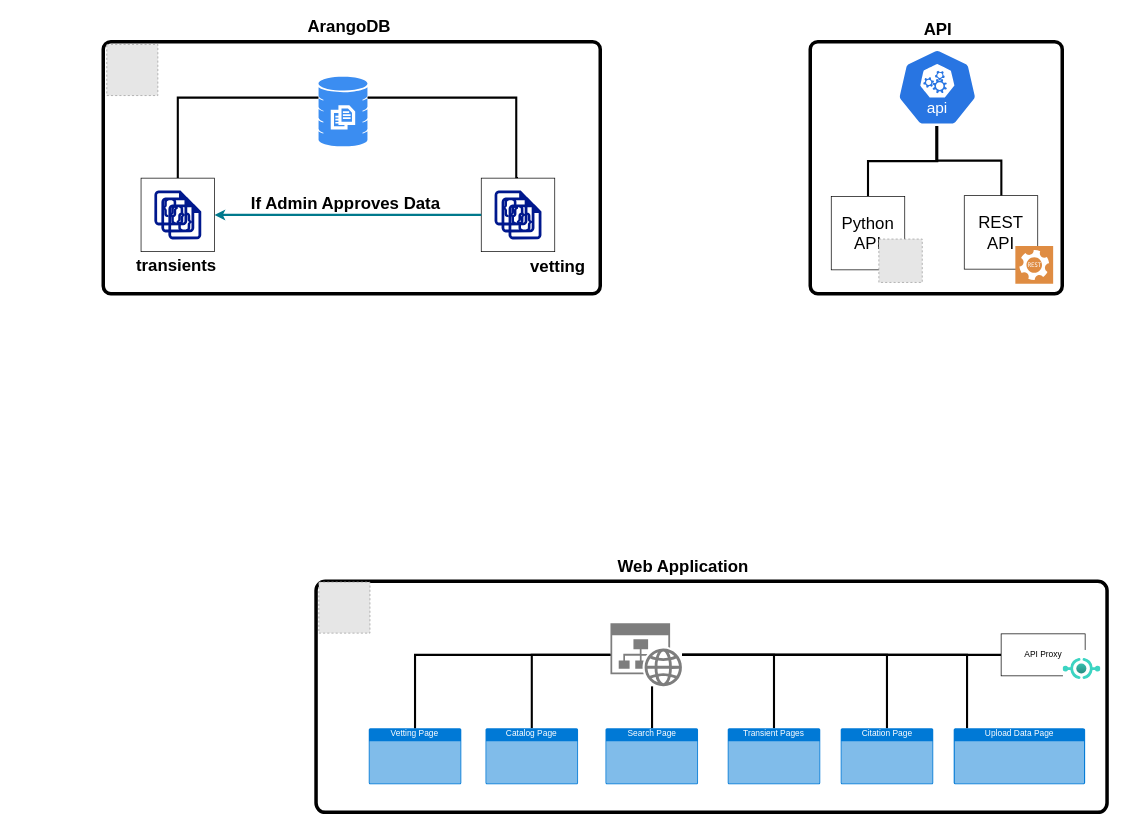
Above: page "full-schema-clean-0" (5 of 10) of data-life-cycle.drawio in astro-otter/otter_schema (draw.io), before the change. Source tidied: cells renumbered, new cells numbered last; positions are measured from the earlier drawing's top-left corner, leaving out a move shared by most shapes. Both pictures are drawn from the tidied source at 70%, with x=0, y=0 at pixel (12, 12). Pictures stored in the file or linked from it are replaced by grey dashed boxes.
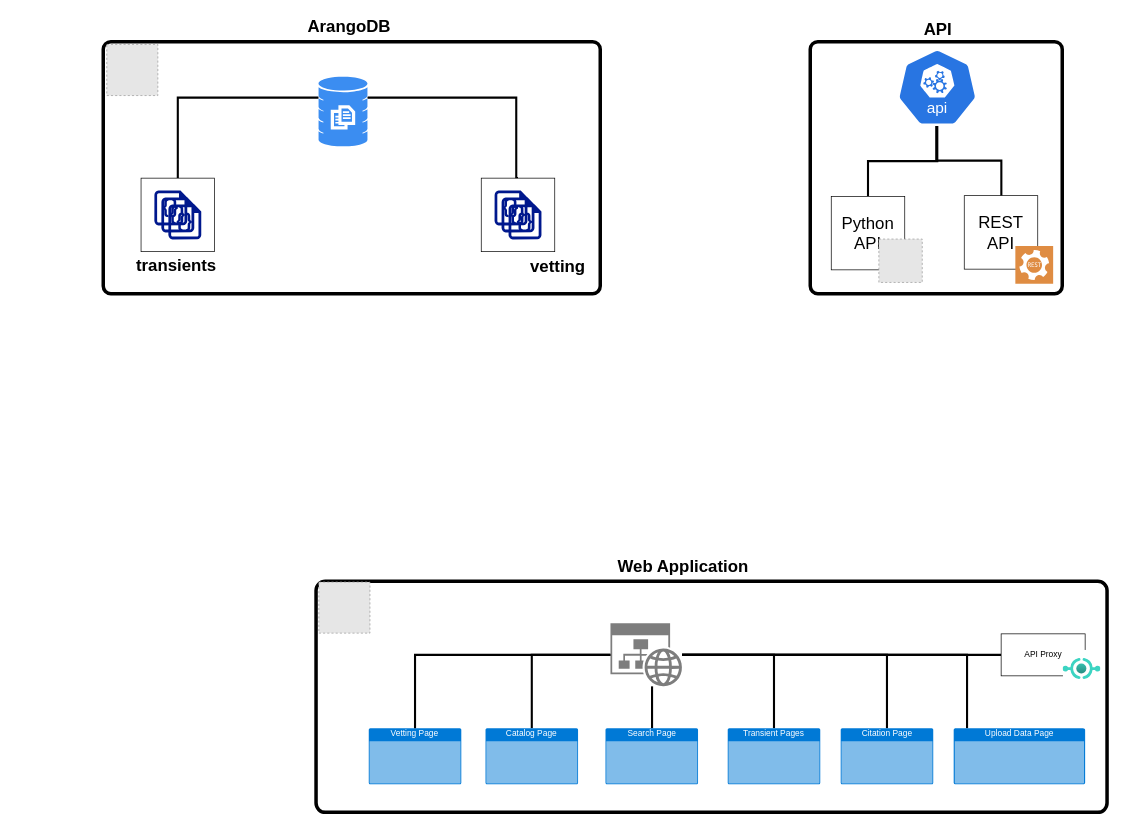
After the change.

The change refers to these unchanged cells:
```xml
<mxCell id="2" style="group;fillColor=none;rounded=1;" parent="1" vertex="1">
  <mxGeometry y="42" width="950" height="496" as="geometry" />
</mxCell>
<mxCell id="8" style="whiteSpace=wrap;html=1;fillColor=light-dark(#FFFFFF,#330000);" parent="7" vertex="1">
  <mxGeometry width="105" height="105" as="geometry" />
</mxCell>
<mxCell id="13" style="whiteSpace=wrap;html=1;fillColor=light-dark(#FFFFFF,#330000);" parent="12" vertex="1">
  <mxGeometry width="105" height="105" as="geometry" />
</mxCell>
```

Change to the diagram source:
```diff
@@
-    <mxCell id="19" style="edgeStyle=orthogonalEdgeStyle;rounded=0;jettySize=auto;html=1;entryX=1;entryY=0.5;entryDx=0;entryDy=0;strokeWidth=3;strokeColor=#00798C;" parent="2" edge="1" source="13" target="8">
-      <mxGeometry relative="1" as="geometry" />
-    </mxCell>
-    <mxCell id="20" value="If Admin Approves Data" style="text;strokeColor=none;fillColor=none;html=1;fontSize=24;fontStyle=1;verticalAlign=middle;align=center;" parent="2" vertex="1">
-      <mxGeometry x="426" y="212" width="100" height="40" as="geometry" />
-    </mxCell>
```
